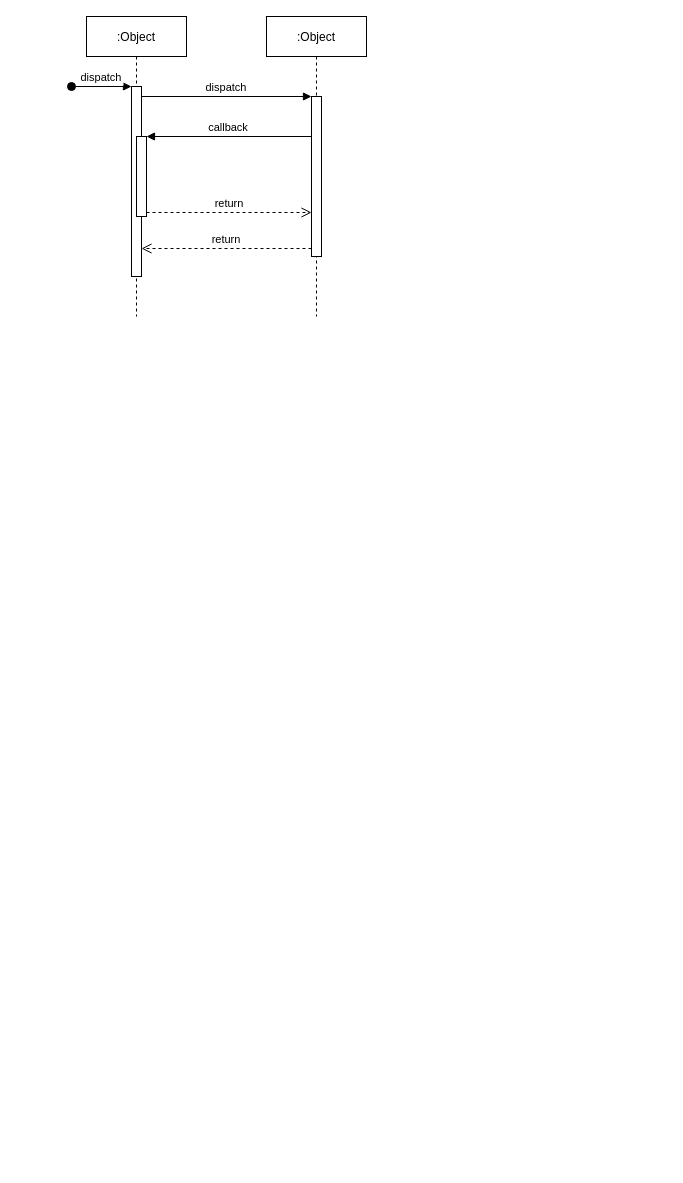
The draw.io diagram CX/Untitled Diagram.drawio in breakpoint-software/diagrams, before the edit. Source tidied: cells renumbered, new cells numbered last; positions are measured from the earlier drawing's top-left corner, leaving out a move shared by most shapes. Both pictures are drawn from the tidied source at 100%, with x=0, y=0 at pixel (71, 16).
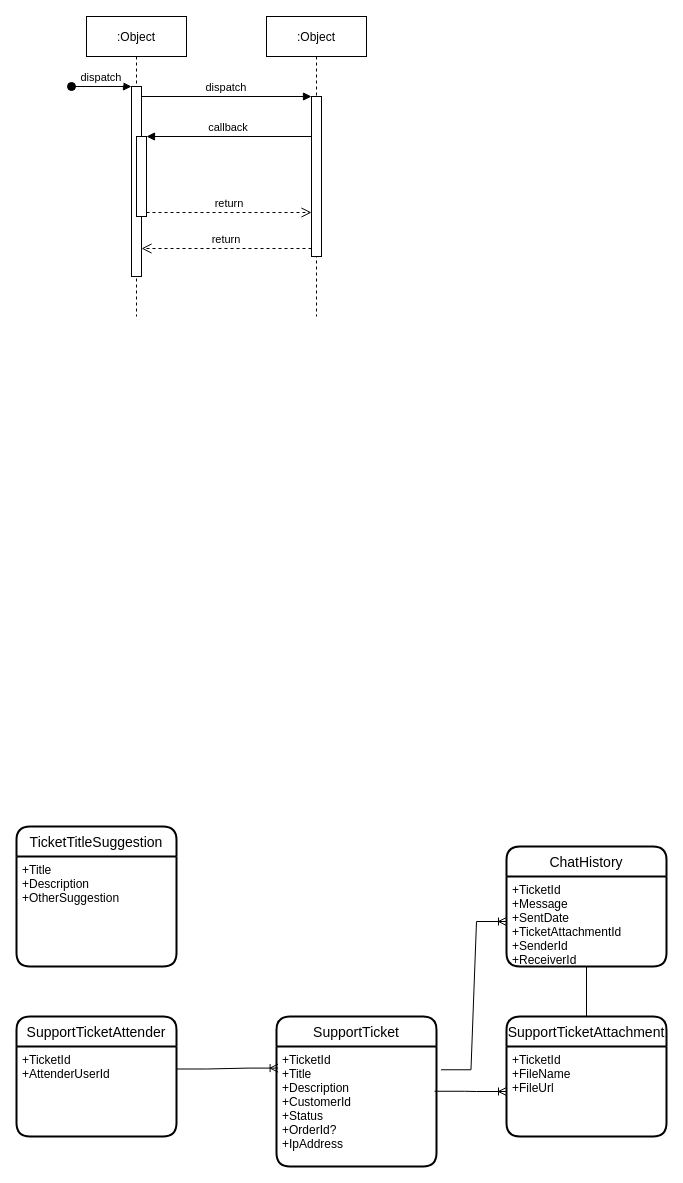
The same diagram, later.

Commit message:
Support Ticket -class diagram

What changed in the source:
```diff
@@
+    <mxCell id="12" value="SupportTicket" style="swimlane;horizontal=1;startSize=30;rounded=1;fontSize=14;fontStyle=0;strokeWidth=2;shadow=0;dashed=0;align=center;" parent="1" vertex="1">
+      <mxGeometry x="205" y="1000" width="160" height="150" as="geometry" />
+    </mxCell>
+    <mxCell id="13" value="+TicketId&#10;+Title&#10;+Description&#10;+CustomerId&#10;+Status&#10;+OrderId?&#10;+IpAddress&#10;" style="align=left;strokeColor=none;fillColor=none;spacingLeft=4;fontSize=12;verticalAlign=top;" parent="12" vertex="1">
+      <mxGeometry y="30" width="160" height="120" as="geometry" />
+    </mxCell>
+    <mxCell id="14" value="SupportTicketAttachment" style="swimlane;horizontal=1;startSize=30;rounded=1;fontSize=14;fontStyle=0;strokeWidth=2;shadow=0;dashed=0;align=center;" parent="1" vertex="1">
+      <mxGeometry x="435" y="1000" width="160" height="120" as="geometry" />
+    </mxCell>
+    <mxCell id="15" value="+TicketId&#10;+FileName&#10;+FileUrl&#10;" style="align=left;strokeColor=none;fillColor=none;spacingLeft=4;fontSize=12;verticalAlign=top;" parent="14" vertex="1">
+      <mxGeometry y="30" width="160" height="90" as="geometry" />
+    </mxCell>
+    <mxCell id="16" value="ChatHistory" style="swimlane;horizontal=1;startSize=30;rounded=1;fontSize=14;fontStyle=0;strokeWidth=2;shadow=0;dashed=0;align=center;" parent="1" vertex="1">
+      <mxGeometry x="435" y="830" width="160" height="120" as="geometry" />
+    </mxCell>
+    <mxCell id="17" value="+TicketId&#10;+Message&#10;+SentDate&#10;+TicketAttachmentId&#10;+SenderId&#10;+ReceiverId" style="align=left;strokeColor=none;fillColor=none;spacingLeft=4;fontSize=12;verticalAlign=top;" parent="16" vertex="1">
+      <mxGeometry y="30" width="160" height="90" as="geometry" />
+    </mxCell>
+    <mxCell id="18" style="edgeStyle=entityRelationEdgeStyle;fontSize=12;html=1;endArrow=ERoneToMany;rounded=0;exitX=1.028;exitY=0.194;exitDx=0;exitDy=0;exitPerimeter=0;" parent="1" edge="1" source="13" target="17">
+      <mxGeometry relative="1" as="geometry" />
+    </mxCell>
+    <mxCell id="19" style="edgeStyle=entityRelationEdgeStyle;fontSize=12;html=1;endArrow=ERoneToMany;rounded=0;exitX=0.988;exitY=0.373;exitDx=0;exitDy=0;exitPerimeter=0;" parent="1" edge="1" source="13" target="15">
+      <mxGeometry relative="1" as="geometry" />
+    </mxCell>
+    <mxCell id="20" style="endArrow=none;html=1;rounded=0;" parent="1" edge="1" source="17" target="14">
+      <mxGeometry relative="1" as="geometry" />
+    </mxCell>
+    <mxCell id="21" value="TicketTitleSuggestion" style="swimlane;horizontal=1;startSize=30;rounded=1;fontSize=14;fontStyle=0;strokeWidth=2;shadow=0;dashed=0;align=center;" parent="1" vertex="1">
+      <mxGeometry x="-55" y="810" width="160" height="140" as="geometry" />
+    </mxCell>
+    <mxCell id="22" value="+Title&#10;+Description&#10;+OtherSuggestion&#10;&#10;&#10;&#10;&#10;" style="align=left;strokeColor=none;fillColor=none;spacingLeft=4;fontSize=12;verticalAlign=top;" parent="21" vertex="1">
+      <mxGeometry y="30" width="160" height="110" as="geometry" />
+    </mxCell>
+    <mxCell id="23" value="SupportTicketAttender" style="swimlane;horizontal=1;startSize=30;rounded=1;fontSize=14;fontStyle=0;strokeWidth=2;shadow=0;dashed=0;align=center;" parent="1" vertex="1">
+      <mxGeometry x="-55" y="1000" width="160" height="120" as="geometry" />
+    </mxCell>
+    <mxCell id="24" value="+TicketId&#10;+AttenderUserId&#10;&#10;" style="align=left;strokeColor=none;fillColor=none;spacingLeft=4;fontSize=12;verticalAlign=top;" parent="23" vertex="1">
+      <mxGeometry y="30" width="160" height="90" as="geometry" />
+    </mxCell>
+    <mxCell id="25" style="edgeStyle=entityRelationEdgeStyle;fontSize=12;html=1;endArrow=ERoneToMany;rounded=0;exitX=1;exitY=0.25;exitDx=0;exitDy=0;entryX=0.01;entryY=0.18;entryDx=0;entryDy=0;entryPerimeter=0;" parent="1" edge="1" source="24" target="13">
+      <mxGeometry relative="1" as="geometry" />
+    </mxCell>
```
